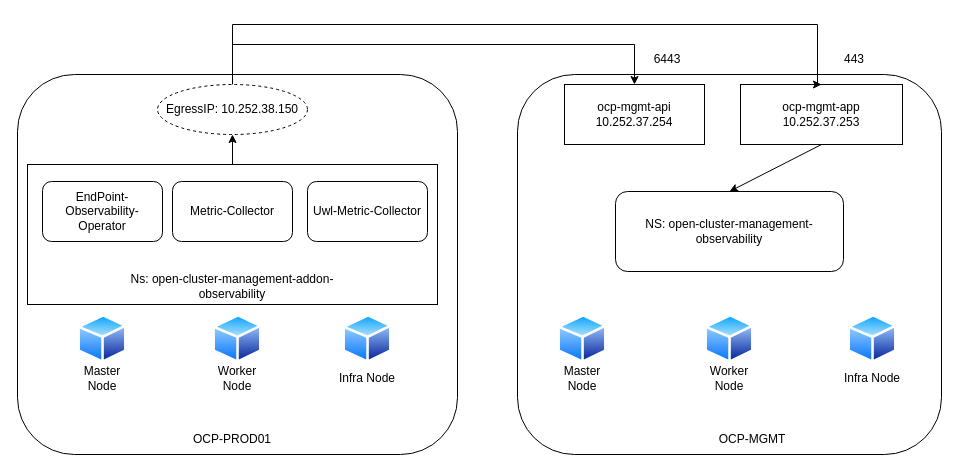
This is Biểu đồ không có tiêu đề.drawio from XuanNgo0801/openshift-practice, a draw.io file, before an edit. Source tidied: cells renumbered, new cells numbered last; positions are measured from the earlier drawing's top-left corner, leaving out a move shared by most shapes. Both pictures are drawn from the tidied source at 100%, with x=0, y=0 at pixel (17, 24).
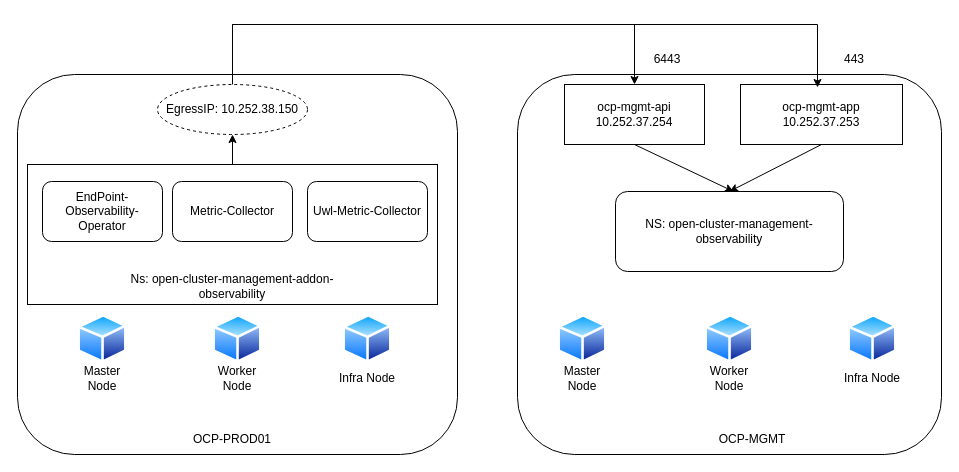
After the change.

Commit message:
Cập nhật Biểu đồ không có tiêu đề.drawio

Unchanged cells that the change refers to:
```xml
<mxCell id="17" value="ocp-mgmt-app&lt;br style=&quot;border-color: var(--border-color);&quot;&gt;10.252.37.253" style="rounded=0;whiteSpace=wrap;html=1;" parent="1" vertex="1">
  <mxGeometry x="723" y="60" width="162" height="60" as="geometry" />
</mxCell>
<mxCell id="18" value="ocp-mgmt-api&lt;br style=&quot;border-color: var(--border-color);&quot;&gt;10.252.37.254" style="rounded=0;whiteSpace=wrap;html=1;" parent="1" vertex="1">
  <mxGeometry x="547" y="60" width="140" height="60" as="geometry" />
</mxCell>
<mxCell id="28" value="EgressIP: 10.252.38.150" style="ellipse;whiteSpace=wrap;html=1;align=center;dashed=1;" parent="1" vertex="1">
  <mxGeometry x="140" y="60" width="150" height="50" as="geometry" />
</mxCell>
```

Diff of the diagram source:
```diff
@@
-    <mxCell id="26" style="edgeStyle=orthogonalEdgeStyle;rounded=0;jettySize=auto;html=1;entryX=0.5;entryY=0;entryDx=0;entryDy=0;" parent="1" edge="1" source="28" target="17">
+    <mxCell id="26" style="edgeStyle=orthogonalEdgeStyle;rounded=0;jettySize=auto;html=1;" parent="1" edge="1" source="28">
       <mxGeometry relative="1" as="geometry">
+        <mxPoint x="800" y="63" as="targetPoint" />
         <Array as="points">
           <mxPoint x="215" />
           <mxPoint x="800" />
           <mxPoint x="800" y="60" />
         </Array>
       </mxGeometry>
     </mxCell>
     <mxCell id="27" style="edgeStyle=orthogonalEdgeStyle;rounded=0;jettySize=auto;html=1;entryX=0.5;entryY=0;entryDx=0;entryDy=0;" parent="1" edge="1" source="28" target="18">
       <mxGeometry relative="1" as="geometry">
         <Array as="points">
-          <mxPoint x="215" y="20" />
-          <mxPoint x="617" y="20" />
+          <mxPoint x="215" />
+          <mxPoint x="617" />
         </Array>
       </mxGeometry>
     </mxCell>
@@
+    <mxCell id="33" style="endArrow=classic;html=1;rounded=0;exitX=0.5;exitY=1;exitDx=0;exitDy=0;" parent="1" edge="1" source="18">
+      <mxGeometry relative="1" as="geometry">
+        <mxPoint x="716" y="167" as="targetPoint" />
+      </mxGeometry>
+    </mxCell>
```
